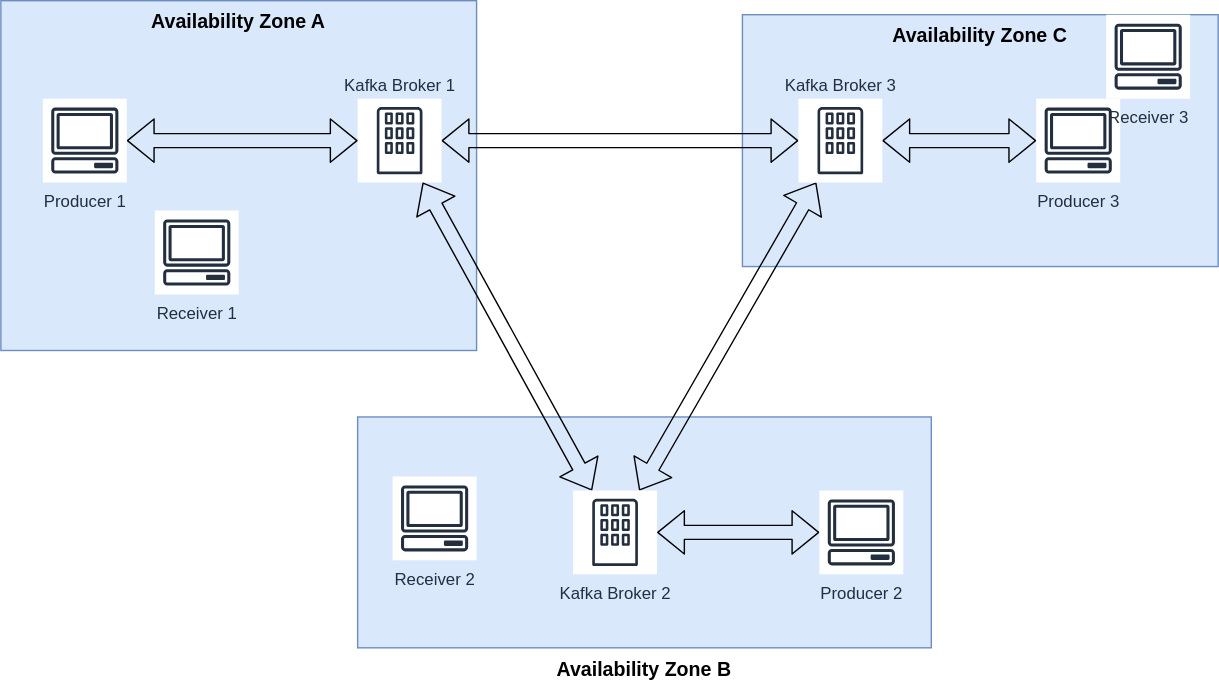
The draw.io diagram diagrams/benchmark-system-setup.drawio.svg in paseaf/kafka-benchmarking, before a commit. Source tidied: cells renumbered, new cells last; positions are measured from the earlier drawing's top-left corner, leaving out a move shared by most shapes.
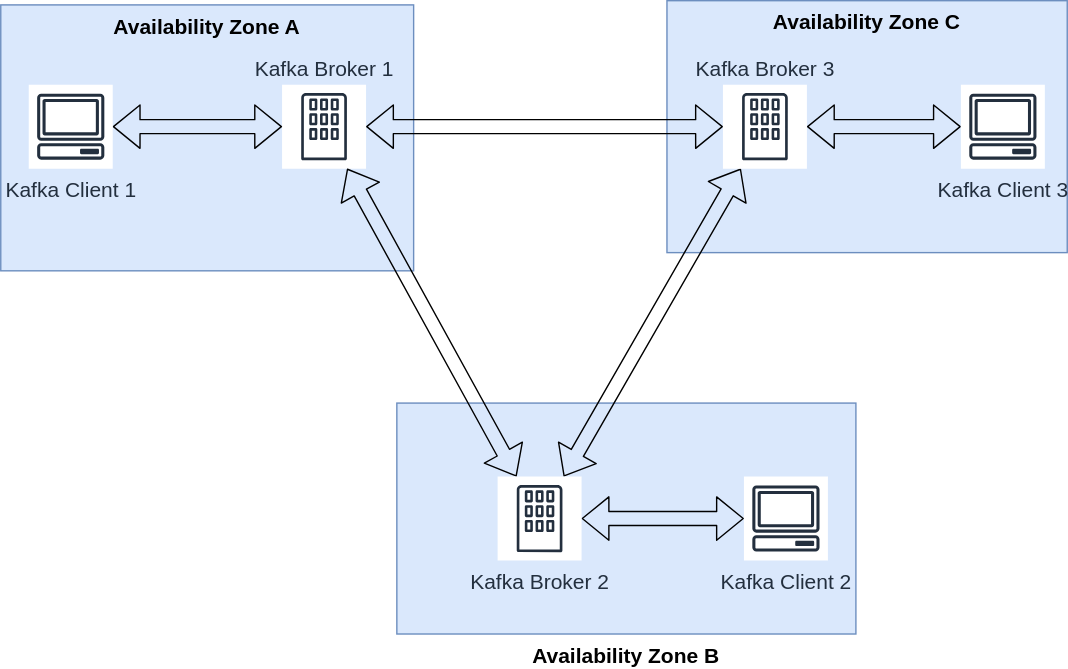
After the commit.

The edit, as a diff of the source:
```diff
@@ -2,59 +2,50 @@
   <root>
     <mxCell id="0" />
     <mxCell id="1" parent="0" />
-    <mxCell id="2" value="Availability Zone C" style="rounded=0;whiteSpace=wrap;html=1;shadow=0;fillColor=#dae8fc;verticalAlign=top;strokeColor=#6c8ebf;fontSize=14;fontStyle=1;" parent="1" vertex="1">
-      <mxGeometry x="530" y="10" width="340" height="180" as="geometry" />
+    <mxCell id="2" value="Availability Zone C" style="rounded=0;whiteSpace=wrap;html=1;shadow=0;fillColor=#dae8fc;verticalAlign=top;strokeColor=#6c8ebf;fontSize=15;fontStyle=1;" parent="1" vertex="1">
+      <mxGeometry x="530" y="10" width="286" height="180" as="geometry" />
     </mxCell>
-    <mxCell id="3" value="Availability Zone B" style="rounded=0;whiteSpace=wrap;html=1;shadow=0;fillColor=#dae8fc;verticalAlign=top;strokeColor=#6c8ebf;fontSize=14;fontStyle=1;labelPosition=center;verticalLabelPosition=bottom;align=center;horizontal=1;" parent="1" vertex="1">
-      <mxGeometry x="255" y="297.5" width="410" height="165" as="geometry" />
+    <mxCell id="3" value="Availability Zone B" style="rounded=0;whiteSpace=wrap;html=1;shadow=0;fillColor=#dae8fc;verticalAlign=top;strokeColor=#6c8ebf;fontSize=15;fontStyle=1;labelPosition=center;verticalLabelPosition=bottom;align=center;horizontal=1;" parent="1" vertex="1">
+      <mxGeometry x="337" y="297.5" width="328" height="165" as="geometry" />
     </mxCell>
-    <mxCell id="4" value="Availability Zone A" style="rounded=0;whiteSpace=wrap;html=1;shadow=0;fillColor=#dae8fc;verticalAlign=top;strokeColor=#6c8ebf;fontSize=14;fontStyle=1;" parent="1" vertex="1">
-      <mxGeometry width="340" height="250" as="geometry" />
+    <mxCell id="4" value="Availability Zone A" style="rounded=0;whiteSpace=wrap;html=1;shadow=0;fillColor=#dae8fc;verticalAlign=top;strokeColor=#6c8ebf;fontSize=15;fontStyle=1;" parent="1" vertex="1">
+      <mxGeometry x="54" y="13" width="295" height="190" as="geometry" />
     </mxCell>
-    <mxCell id="5" style="edgeStyle=none;shape=flexArrow;html=1;startArrow=block;" parent="1" edge="1" source="6" target="15">
+    <mxCell id="5" style="edgeStyle=none;shape=flexArrow;html=1;startArrow=block;fontSize=15;" parent="1" edge="1" source="6" target="15">
       <mxGeometry relative="1" as="geometry" />
     </mxCell>
-    <mxCell id="6" value="Kafka Broker 1" style="outlineConnect=0;fontColor=#232F3E;gradientColor=none;strokeColor=#232F3E;fillColor=#ffffff;dashed=0;verticalLabelPosition=top;verticalAlign=bottom;align=center;html=1;fontSize=12;fontStyle=0;shape=mxgraph.aws4.resourceIcon;resIcon=mxgraph.aws4.corporate_data_center;labelPosition=center;" parent="1" vertex="1">
+    <mxCell id="6" value="Kafka Broker 1" style="outlineConnect=0;fontColor=#232F3E;gradientColor=none;strokeColor=#232F3E;fillColor=#ffffff;dashed=0;verticalLabelPosition=top;verticalAlign=bottom;align=center;html=1;fontSize=15;fontStyle=0;shape=mxgraph.aws4.resourceIcon;resIcon=mxgraph.aws4.corporate_data_center;labelPosition=center;" parent="1" vertex="1">
       <mxGeometry x="255" y="70" width="60" height="60" as="geometry" />
     </mxCell>
-    <mxCell id="7" style="edgeStyle=none;html=1;shape=flexArrow;startArrow=block;" parent="1" edge="1" source="8" target="6">
+    <mxCell id="7" style="edgeStyle=none;html=1;shape=flexArrow;startArrow=block;fontSize=15;" parent="1" edge="1" source="8" target="6">
       <mxGeometry relative="1" as="geometry" />
     </mxCell>
-    <mxCell id="8" value="Producer 1" style="outlineConnect=0;fontColor=#232F3E;gradientColor=none;strokeColor=#232F3E;fillColor=#ffffff;dashed=0;verticalLabelPosition=bottom;verticalAlign=top;align=center;html=1;fontSize=12;fontStyle=0;shape=mxgraph.aws4.resourceIcon;resIcon=mxgraph.aws4.client;" parent="1" vertex="1">
-      <mxGeometry x="30" y="70" width="60" height="60" as="geometry" />
+    <mxCell id="8" value="Kafka Client 1" style="outlineConnect=0;fontColor=#232F3E;gradientColor=none;strokeColor=#232F3E;fillColor=#ffffff;dashed=0;verticalLabelPosition=bottom;verticalAlign=top;align=center;html=1;fontSize=15;fontStyle=0;shape=mxgraph.aws4.resourceIcon;resIcon=mxgraph.aws4.client;" parent="1" vertex="1">
+      <mxGeometry x="74" y="70" width="60" height="60" as="geometry" />
     </mxCell>
-    <mxCell id="9" style="edgeStyle=none;shape=flexArrow;html=1;startArrow=block;" parent="1" edge="1" source="15" target="10">
+    <mxCell id="9" style="edgeStyle=none;shape=flexArrow;html=1;startArrow=block;fontSize=15;" parent="1" edge="1" source="15" target="10">
       <mxGeometry relative="1" as="geometry" />
     </mxCell>
-    <mxCell id="10" value="Producer 3" style="outlineConnect=0;fontColor=#232F3E;gradientColor=none;strokeColor=#232F3E;fillColor=#ffffff;dashed=0;verticalLabelPosition=bottom;verticalAlign=top;align=center;html=1;fontSize=12;fontStyle=0;shape=mxgraph.aws4.resourceIcon;resIcon=mxgraph.aws4.client;" parent="1" vertex="1">
+    <mxCell id="10" value="Kafka Client 3" style="outlineConnect=0;fontColor=#232F3E;gradientColor=none;strokeColor=#232F3E;fillColor=#ffffff;dashed=0;verticalLabelPosition=bottom;verticalAlign=top;align=center;html=1;fontSize=15;fontStyle=0;shape=mxgraph.aws4.resourceIcon;resIcon=mxgraph.aws4.client;" parent="1" vertex="1">
       <mxGeometry x="740" y="70" width="60" height="60" as="geometry" />
     </mxCell>
-    <mxCell id="11" style="edgeStyle=none;html=1;shape=flexArrow;startArrow=block;" parent="1" edge="1" source="14" target="6">
+    <mxCell id="11" style="edgeStyle=none;html=1;shape=flexArrow;startArrow=block;fontSize=15;" parent="1" edge="1" source="14" target="6">
       <mxGeometry relative="1" as="geometry" />
     </mxCell>
-    <mxCell id="12" style="edgeStyle=none;shape=flexArrow;html=1;startArrow=block;" parent="1" edge="1" source="14" target="15">
+    <mxCell id="12" style="edgeStyle=none;shape=flexArrow;html=1;startArrow=block;fontSize=15;" parent="1" edge="1" source="14" target="15">
       <mxGeometry relative="1" as="geometry" />
     </mxCell>
-    <mxCell id="13" style="edgeStyle=none;shape=flexArrow;html=1;startArrow=block;" parent="1" edge="1" source="14" target="16">
+    <mxCell id="13" style="edgeStyle=none;shape=flexArrow;html=1;startArrow=block;fontSize=15;" parent="1" edge="1" source="14" target="16">
       <mxGeometry relative="1" as="geometry" />
     </mxCell>
-    <mxCell id="14" value="Kafka Broker 2" style="outlineConnect=0;fontColor=#232F3E;gradientColor=none;strokeColor=#232F3E;fillColor=#ffffff;dashed=0;verticalLabelPosition=bottom;verticalAlign=top;align=center;html=1;fontSize=12;fontStyle=0;shape=mxgraph.aws4.resourceIcon;resIcon=mxgraph.aws4.corporate_data_center;" parent="1" vertex="1">
+    <mxCell id="14" value="Kafka Broker 2" style="outlineConnect=0;fontColor=#232F3E;gradientColor=none;strokeColor=#232F3E;fillColor=#ffffff;dashed=0;verticalLabelPosition=bottom;verticalAlign=top;align=center;html=1;fontSize=15;fontStyle=0;shape=mxgraph.aws4.resourceIcon;resIcon=mxgraph.aws4.corporate_data_center;" parent="1" vertex="1">
       <mxGeometry x="409" y="350" width="60" height="60" as="geometry" />
     </mxCell>
-    <mxCell id="15" value="Kafka Broker 3" style="outlineConnect=0;fontColor=#232F3E;gradientColor=none;strokeColor=#232F3E;fillColor=#ffffff;dashed=0;verticalLabelPosition=top;verticalAlign=bottom;align=center;html=1;fontSize=12;fontStyle=0;shape=mxgraph.aws4.resourceIcon;resIcon=mxgraph.aws4.corporate_data_center;labelPosition=center;" parent="1" vertex="1">
+    <mxCell id="15" value="Kafka Broker 3" style="outlineConnect=0;fontColor=#232F3E;gradientColor=none;strokeColor=#232F3E;fillColor=#ffffff;dashed=0;verticalLabelPosition=top;verticalAlign=bottom;align=center;html=1;fontSize=15;fontStyle=0;shape=mxgraph.aws4.resourceIcon;resIcon=mxgraph.aws4.corporate_data_center;labelPosition=center;" parent="1" vertex="1">
       <mxGeometry x="570" y="70" width="60" height="60" as="geometry" />
     </mxCell>
-    <mxCell id="16" value="Producer 2" style="outlineConnect=0;fontColor=#232F3E;gradientColor=none;strokeColor=#232F3E;fillColor=#ffffff;dashed=0;verticalLabelPosition=bottom;verticalAlign=top;align=center;html=1;fontSize=12;fontStyle=0;shape=mxgraph.aws4.resourceIcon;resIcon=mxgraph.aws4.client;" parent="1" vertex="1">
+    <mxCell id="16" value="Kafka Client 2" style="outlineConnect=0;fontColor=#232F3E;gradientColor=none;strokeColor=#232F3E;fillColor=#ffffff;dashed=0;verticalLabelPosition=bottom;verticalAlign=top;align=center;html=1;fontSize=15;fontStyle=0;shape=mxgraph.aws4.resourceIcon;resIcon=mxgraph.aws4.client;" parent="1" vertex="1">
       <mxGeometry x="585" y="350" width="60" height="60" as="geometry" />
     </mxCell>
-    <mxCell id="17" value="Receiver 1" style="fontColor=#232F3E;gradientColor=none;strokeColor=#232F3E;fillColor=#ffffff;dashed=0;verticalLabelPosition=bottom;verticalAlign=top;align=center;html=1;fontSize=12;fontStyle=0;shape=mxgraph.aws4.resourceIcon;resIcon=mxgraph.aws4.client;" parent="1" vertex="1">
-      <mxGeometry x="110" y="150" width="60" height="60" as="geometry" />
-    </mxCell>
-    <mxCell id="18" value="Receiver 2&lt;br&gt;" style="fontColor=#232F3E;gradientColor=none;strokeColor=#232F3E;fillColor=#ffffff;dashed=0;verticalLabelPosition=bottom;verticalAlign=top;align=center;html=1;fontSize=12;fontStyle=0;shape=mxgraph.aws4.resourceIcon;resIcon=mxgraph.aws4.client;" parent="1" vertex="1">
-      <mxGeometry x="280" y="340" width="60" height="60" as="geometry" />
-    </mxCell>
-    <mxCell id="19" value="Receiver 3" style="fontColor=#232F3E;gradientColor=none;strokeColor=#232F3E;fillColor=#ffffff;dashed=0;verticalLabelPosition=bottom;verticalAlign=top;align=center;html=1;fontSize=12;fontStyle=0;shape=mxgraph.aws4.resourceIcon;resIcon=mxgraph.aws4.client;" parent="1" vertex="1">
-      <mxGeometry x="790" y="10" width="60" height="60" as="geometry" />
-    </mxCell>
   </root>
 </mxGraphModel>
```
